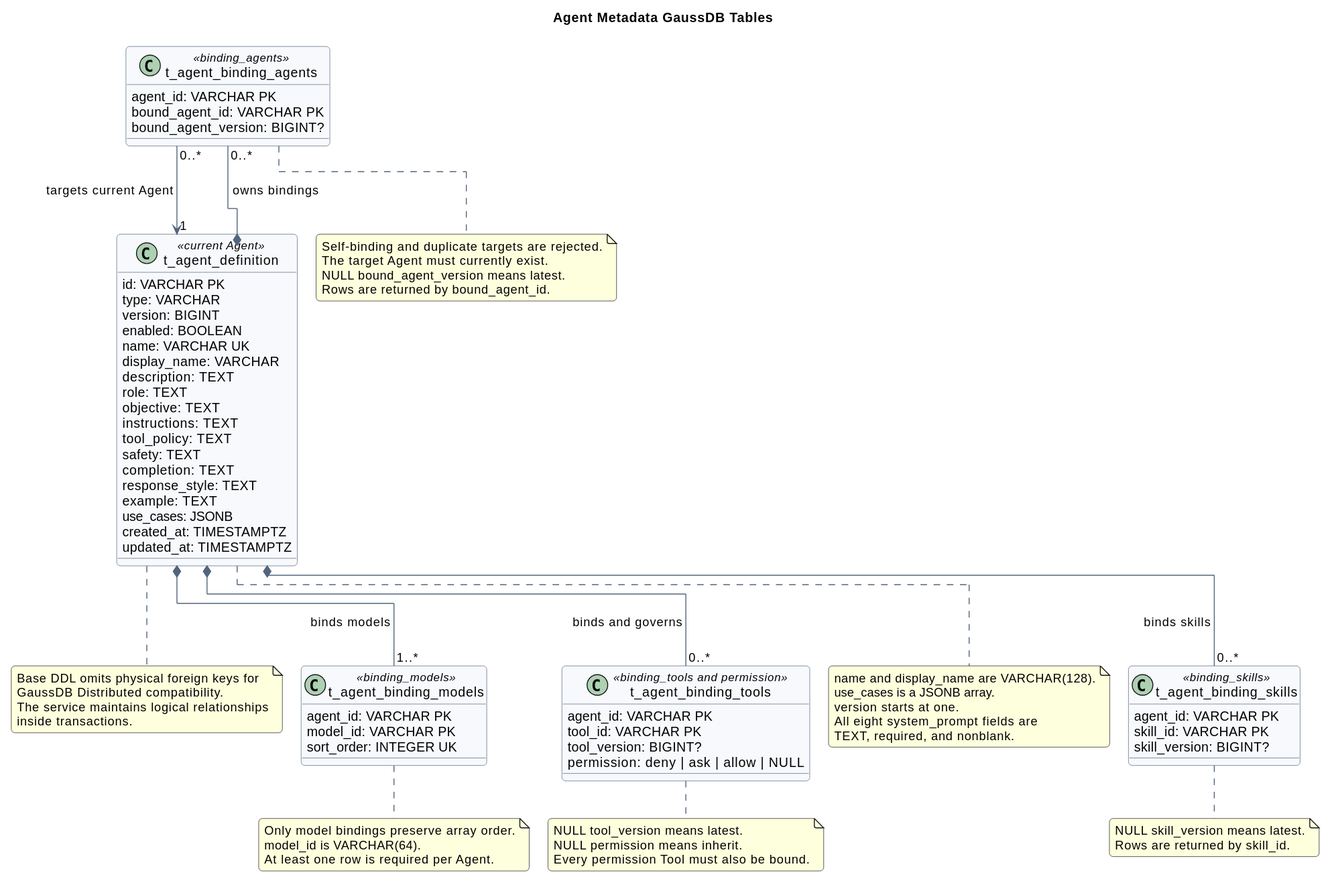
superheromeZzh/pi-mono-java-design keeps this PlantUML diagram as agent-metadata-gaussdb-design/agent_metadata_gaussdb_model.svg. Above is the earlier version.
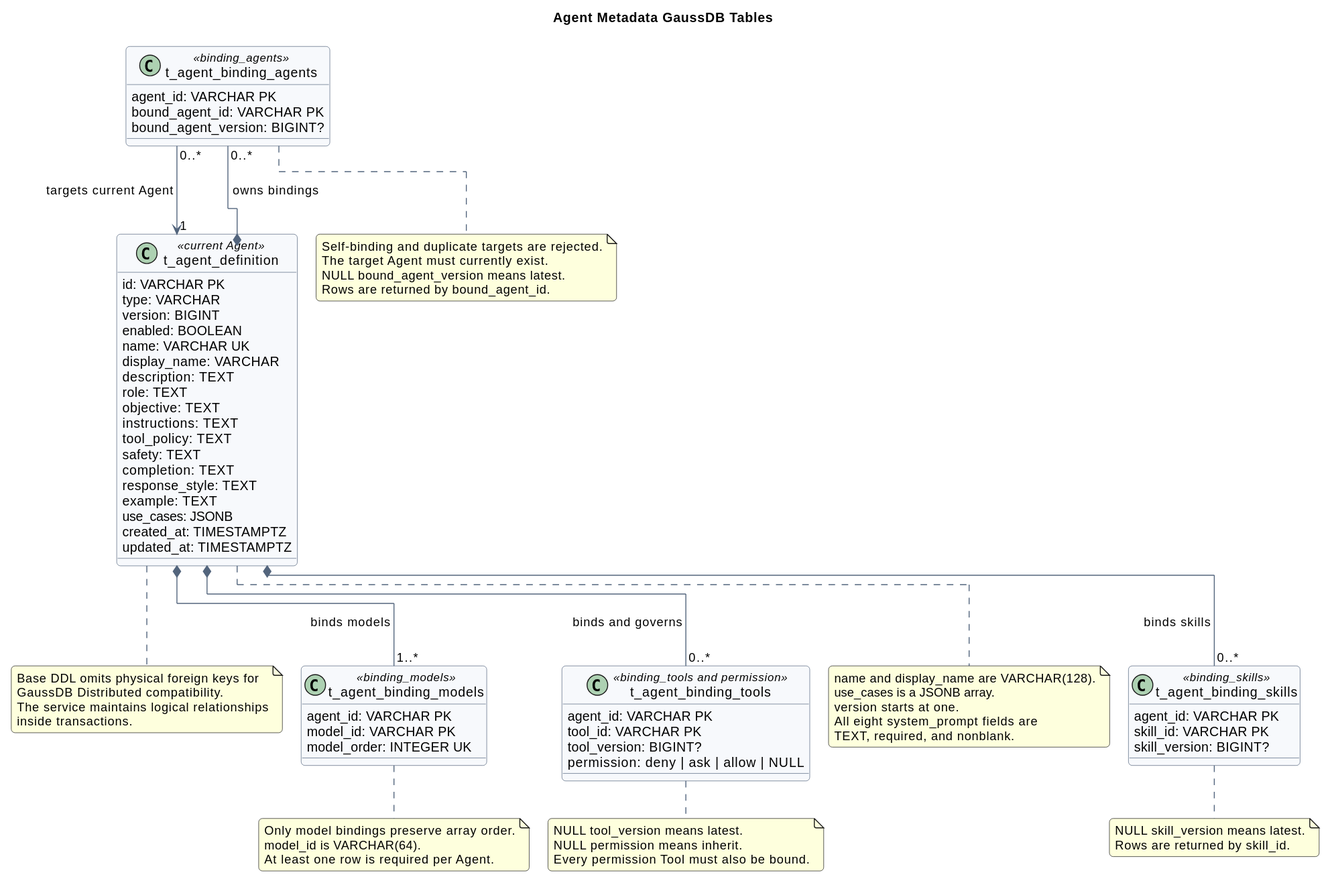
The same diagram one commit later.

Commit message:
docs(agent): rename model order field

The edit, as a diff of the source:
```diff
@@ -38,7 +38,7 @@
 class t_agent_binding_models <<binding_models>> {
   agent_id: VARCHAR PK
   model_id: VARCHAR PK
-  sort_order: INTEGER UK
+  model_order: INTEGER UK
 }
 
 class t_agent_binding_tools <<binding_tools and permission>> {
```
